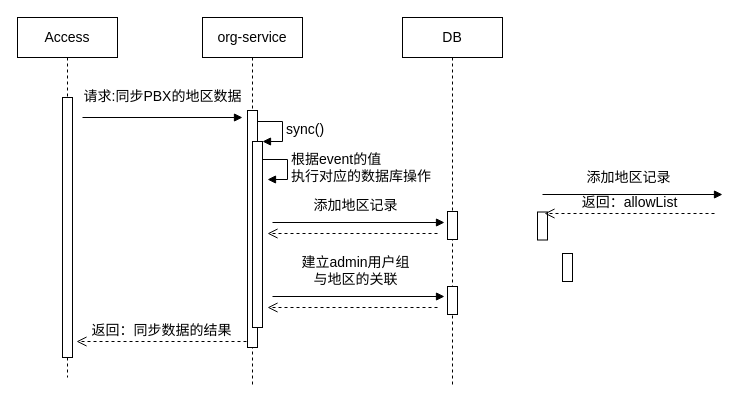
waterwatermelon/graph keeps this draw.io diagram as page "sequence-updateArea" (4 of 6) of CDRS/module-design.drawio. Above is the earlier version. Source tidied: cells renumbered, new cells numbered last; positions are measured from the earlier drawing's top-left corner, leaving out a move shared by most shapes. Both pictures are drawn from the tidied source at 100%, with x=0, y=0 at pixel (17, 17).
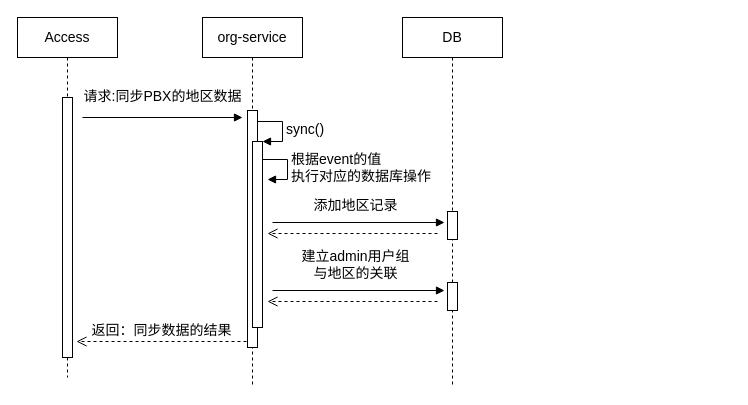
The same diagram, later.

The change refers to these unchanged cells:
```xml
<mxCell id="4" value="DB" style="shape=umlLifeline;perimeter=lifelinePerimeter;whiteSpace=wrap;html=1;fontSize=14;" parent="1" vertex="1">
  <mxGeometry x="385" width="100" height="370" as="geometry" />
</mxCell>
```

Diff of the diagram source:
```diff
@@
-    <mxCell id="6" style="html=1;perimeter=orthogonalPerimeter;fontSize=14;" parent="4" vertex="1">
-      <mxGeometry x="135" y="194.5" width="10" height="28" as="geometry" />
-    </mxCell>
@@
-    <mxCell id="10" value="返回：allowList" style="html=1;verticalAlign=bottom;endArrow=open;dashed=1;endSize=8;fontSize=14;" parent="1" edge="1">
-      <mxGeometry relative="1" as="geometry">
-        <mxPoint x="697" y="196" as="sourcePoint" />
-        <mxPoint x="527" y="196" as="targetPoint" />
-      </mxGeometry>
-    </mxCell>
-    <mxCell id="11" value="添加地区记录" style="html=1;verticalAlign=bottom;endArrow=block;fontSize=14;" parent="1" edge="1">
-      <mxGeometry x="-0.04" y="6" relative="1" as="geometry">
-        <mxPoint x="525" y="177" as="sourcePoint" />
-        <mxPoint x="705" y="177" as="targetPoint" />
-      </mxGeometry>
-    </mxCell>
-    <mxCell id="12" style="html=1;perimeter=orthogonalPerimeter;fontSize=14;" parent="1" vertex="1">
-      <mxGeometry x="545" y="236" width="10" height="28" as="geometry" />
-    </mxCell>
@@
     <mxCell id="18" style="html=1;perimeter=orthogonalPerimeter;fontSize=14;" parent="1" vertex="1">
-      <mxGeometry x="430" y="269" width="10" height="28" as="geometry" />
+      <mxGeometry x="430" y="265" width="10" height="28" as="geometry" />
     </mxCell>
     <mxCell id="19" value="建立admin用户组&lt;br&gt;与地区的关联" style="html=1;verticalAlign=bottom;endArrow=block;fontSize=14;" parent="1" edge="1">
       <mxGeometry x="-0.04" y="6" relative="1" as="geometry">
-        <mxPoint x="255" y="279" as="sourcePoint" />
-        <mxPoint x="427" y="279" as="targetPoint" />
+        <mxPoint x="255" y="273" as="sourcePoint" />
+        <mxPoint x="427" y="273" as="targetPoint" />
       </mxGeometry>
     </mxCell>
     <mxCell id="20" style="html=1;verticalAlign=bottom;endArrow=open;dashed=1;endSize=8;fontSize=14;" parent="1" edge="1">
       <mxGeometry relative="1" as="geometry">
-        <mxPoint x="420" y="290" as="sourcePoint" />
-        <mxPoint x="250" y="290" as="targetPoint" />
+        <mxPoint x="420" y="284" as="sourcePoint" />
+        <mxPoint x="250" y="284" as="targetPoint" />
       </mxGeometry>
     </mxCell>
```
